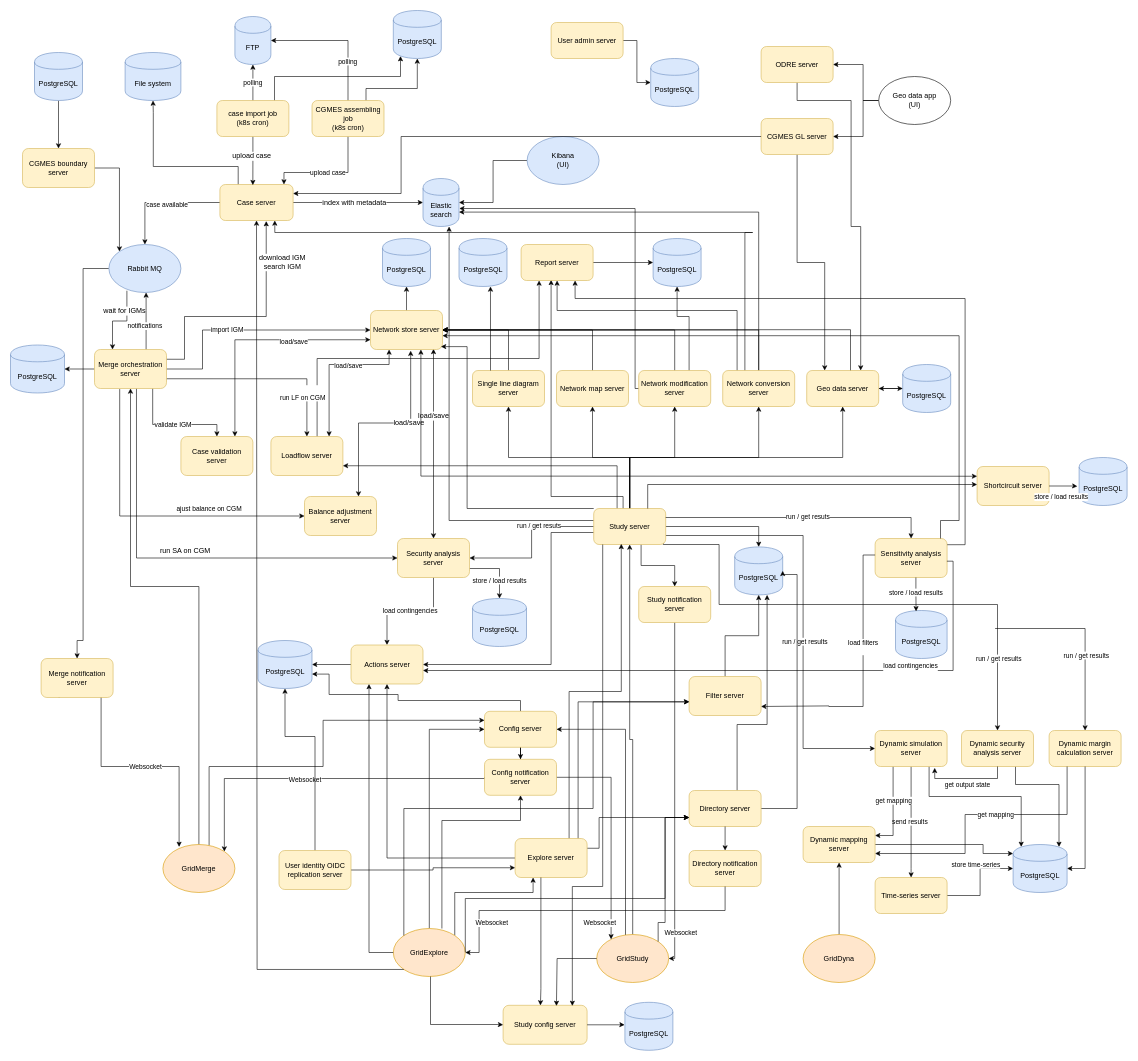
This is diagrams/gridsuite_architecture.drawio from gridsuite/documentation, a draw.io file, before an edit. Source tidied: cells renumbered, new cells numbered last; positions are measured from the earlier drawing's top-left corner, leaving out a move shared by most shapes. Both pictures are drawn from the tidied source at 60%, with x=0, y=0 at pixel (10, 10).
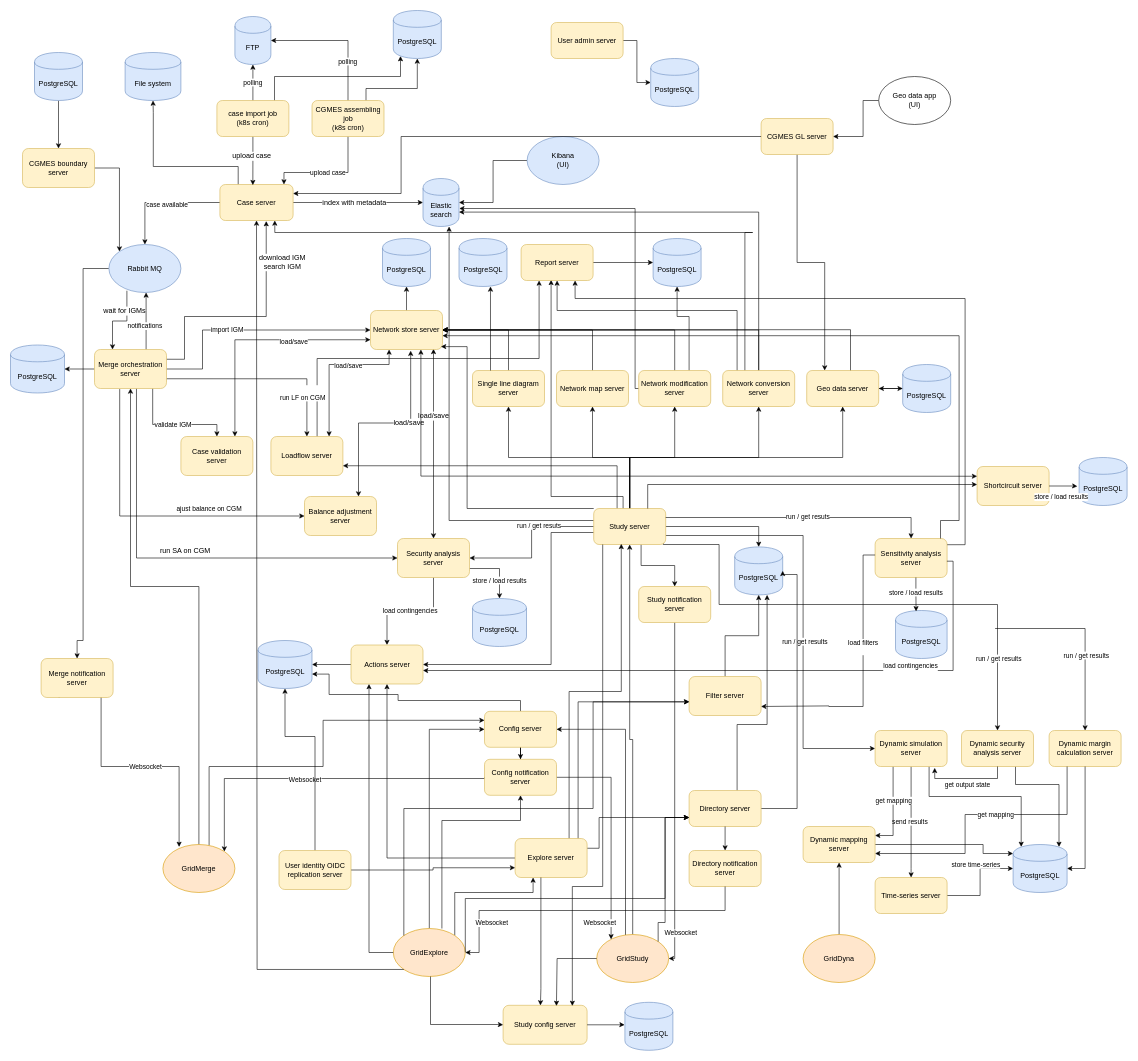
The same diagram, later.

Commit message (it also covers changes not shown here):
remove odre server from documentation

Unchanged cells that the change refers to:
```xml
<mxCell id="96" value="Geo data server" style="rounded=1;whiteSpace=wrap;html=1;fillColor=#fff2cc;strokeColor=#d6b656;" parent="1" vertex="1">
  <mxGeometry x="1327" y="600" width="120" height="60" as="geometry" />
</mxCell>
<mxCell id="105" value="&lt;div&gt;Geo data app &lt;br&gt;&lt;/div&gt;&lt;div&gt;(UI)&lt;/div&gt;" style="ellipse;whiteSpace=wrap;html=1;" parent="1" vertex="1">
  <mxGeometry x="1447" y="110" width="120" height="80" as="geometry" />
</mxCell>
```

Change to the diagram source:
```diff
@@
-    <mxCell id="101" style="edgeStyle=orthogonalEdgeStyle;rounded=0;jettySize=auto;html=1;entryX=0.75;entryY=0;entryDx=0;entryDy=0;exitX=0.5;exitY=1;exitDx=0;exitDy=0;" parent="1" edge="1" source="102" target="96">
-      <mxGeometry relative="1" as="geometry">
-        <Array as="points">
-          <mxPoint x="1311" y="150" />
-          <mxPoint x="1401" y="150" />
-          <mxPoint x="1401" y="360" />
-          <mxPoint x="1417" y="360" />
-        </Array>
-      </mxGeometry>
-    </mxCell>
-    <mxCell id="102" value="ODRE server" style="rounded=1;whiteSpace=wrap;html=1;fillColor=#fff2cc;strokeColor=#d6b656;" parent="1" vertex="1">
-      <mxGeometry x="1251" y="60" width="120" height="60" as="geometry" />
-    </mxCell>
@@
-    <mxCell id="104" style="edgeStyle=orthogonalEdgeStyle;rounded=0;jettySize=auto;html=1;entryX=1;entryY=0.5;entryDx=0;entryDy=0;exitX=0;exitY=0.5;exitDx=0;exitDy=0;" parent="1" edge="1" source="105" target="102">
-      <mxGeometry relative="1" as="geometry">
-        <Array as="points">
-          <mxPoint x="1421" y="150" />
-          <mxPoint x="1421" y="90" />
-        </Array>
-      </mxGeometry>
-    </mxCell>
```
